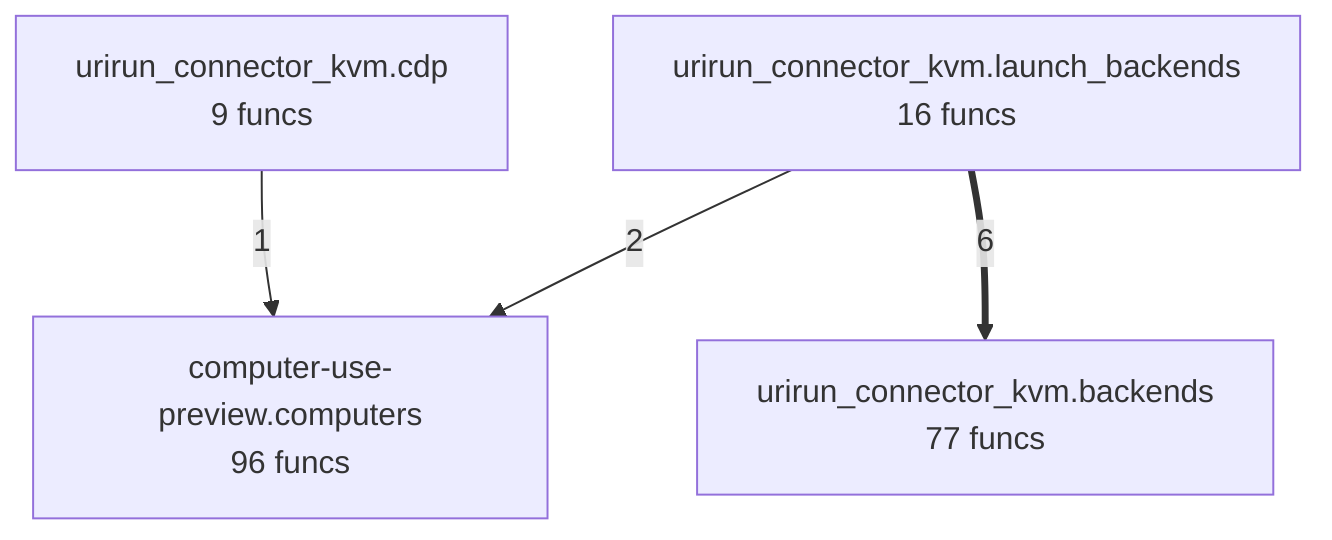
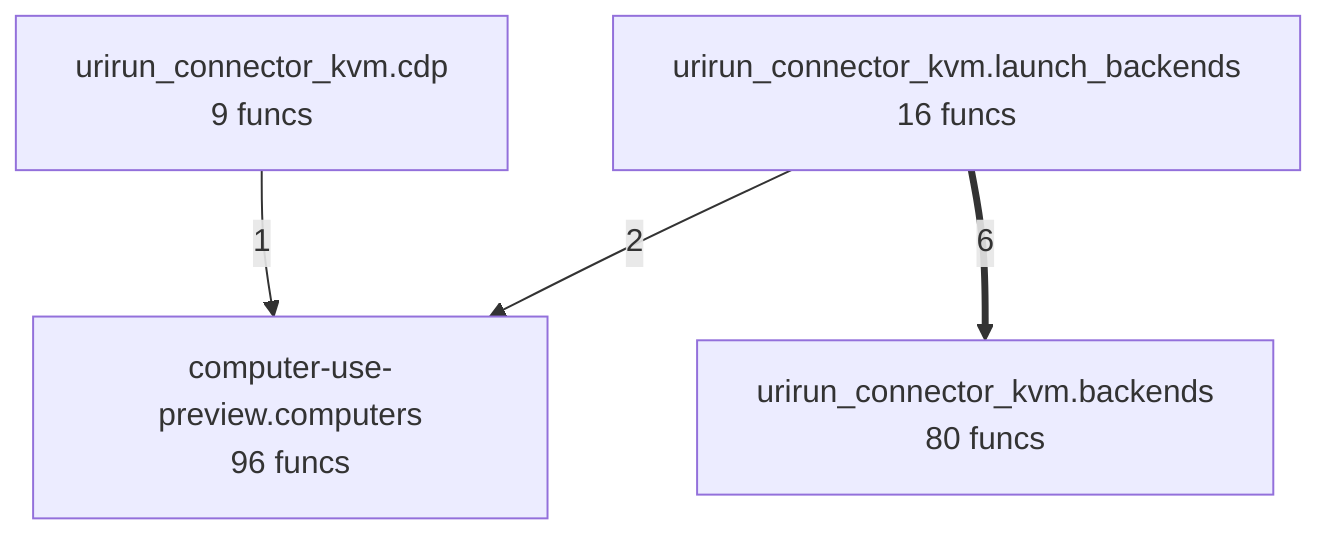
flowchart TD
%% generated in 0.01s
    computer_use_preview__computers["computer-use-preview.computers<br/>96 funcs"]
-     urirun_connector_kvm__backends["urirun_connector_kvm.backends<br/>77 funcs"]
+     urirun_connector_kvm__backends["urirun_connector_kvm.backends<br/>80 funcs"]
    urirun_connector_kvm__cdp["urirun_connector_kvm.cdp<br/>9 funcs"]
    urirun_connector_kvm__launch_backends["urirun_connector_kvm.launch_backends<br/>16 funcs"]
    urirun_connector_kvm__launch_backends ==>|6| urirun_connector_kvm__backends
    urirun_connector_kvm__launch_backends -->|2| computer_use_preview__computers
    urirun_connector_kvm__cdp -->|1| computer_use_preview__computers
